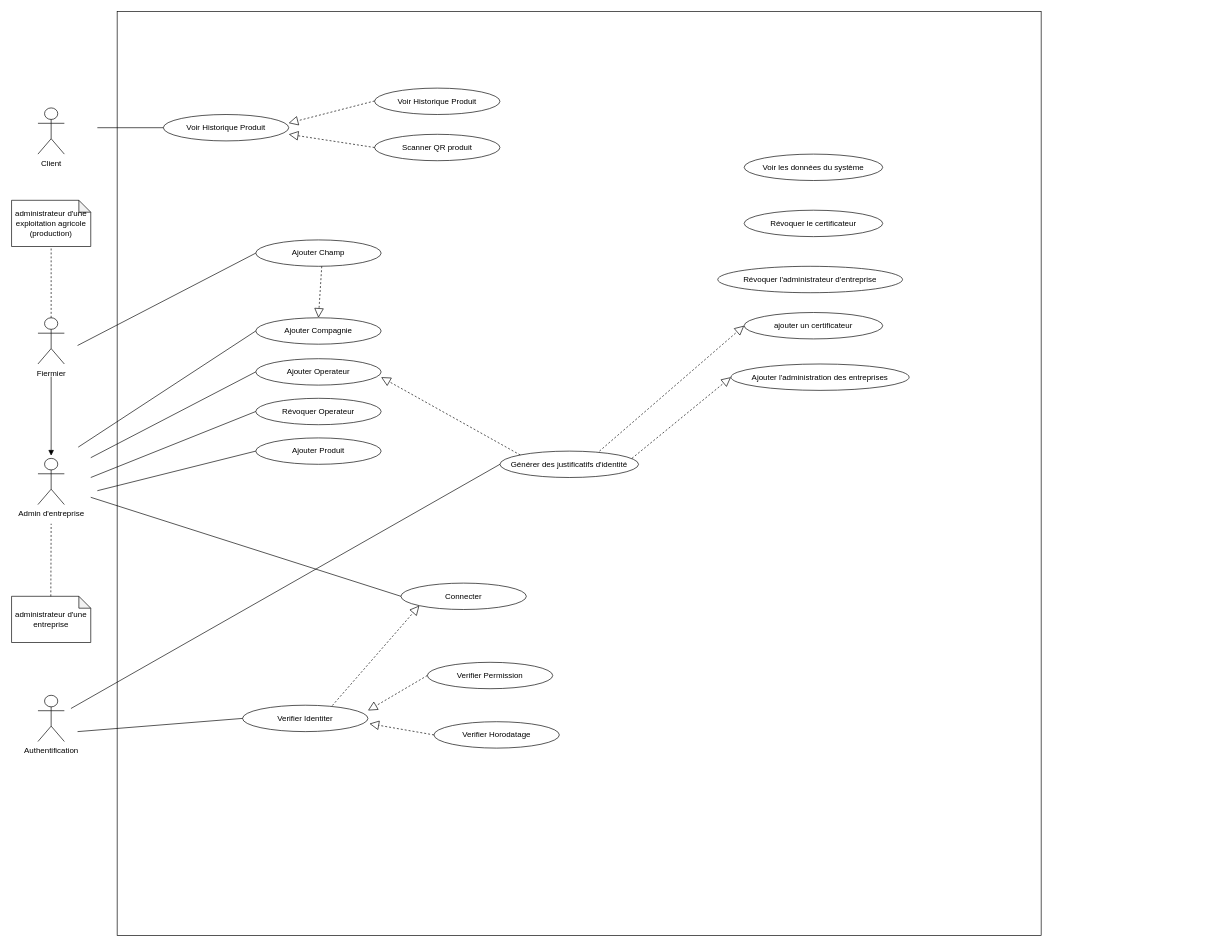
Before: Untitled Diagram.drawio in loosker95/diagramme-de-cas-d-utilisation, a draw.io diagram. Source tidied: cells renumbered, new cells numbered last; positions are measured from the earlier drawing's top-left corner, leaving out a move shared by most shapes. Both pictures are drawn from the tidied source at 66%, with x=0, y=0 at pixel (11, 11).
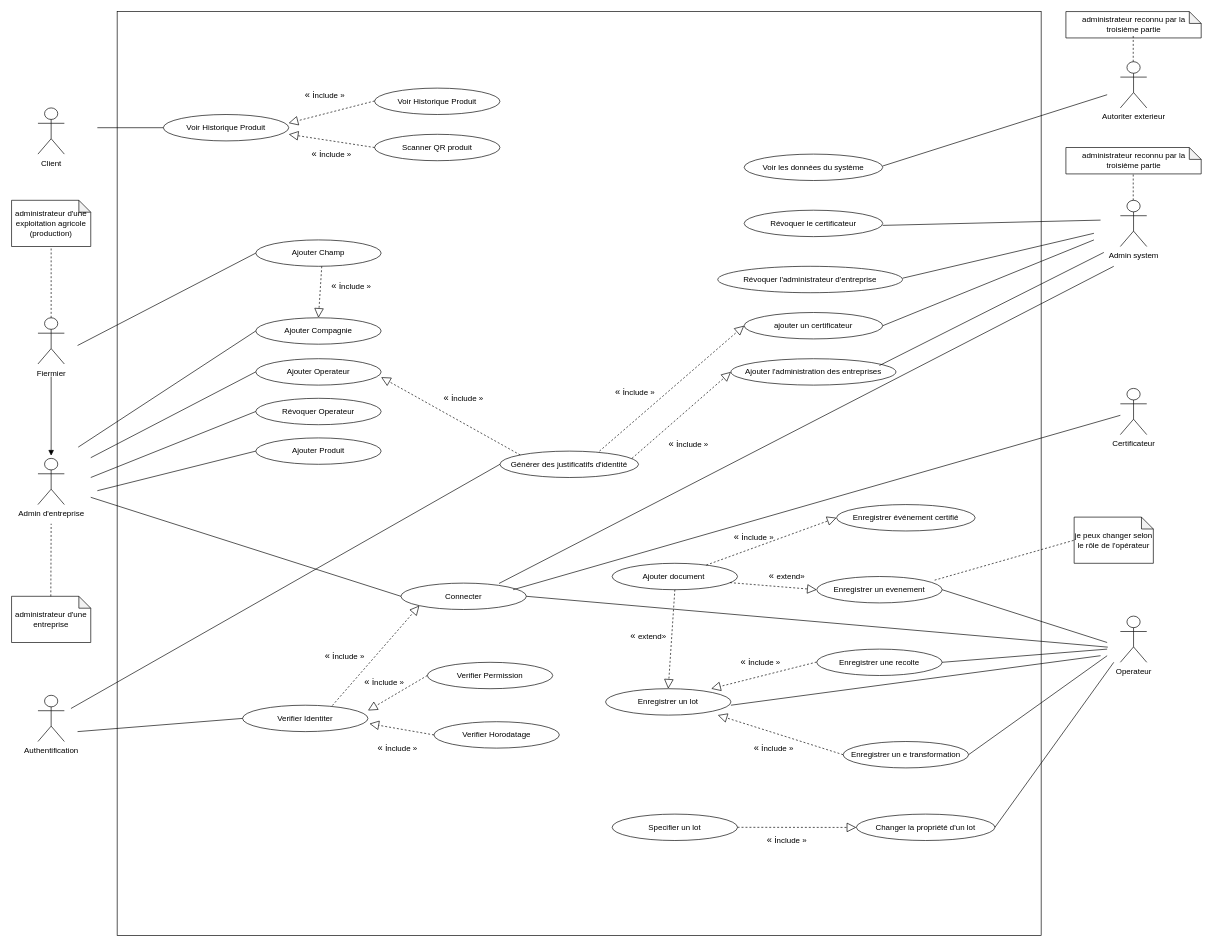
Above is the later version.

The change refers to these unchanged cells:
```xml
<mxCell id="2" style="whiteSpace=wrap;html=1;" parent="1" vertex="1">
  <mxGeometry x="160" width="1400" height="1400" as="geometry" />
</mxCell>
<mxCell id="27" value="Connecter" style="ellipse;whiteSpace=wrap;html=1;" parent="1" vertex="1">
  <mxGeometry x="590" y="866" width="190" height="40" as="geometry" />
</mxCell>
<mxCell id="44" value="ajouter un certificateur" style="ellipse;whiteSpace=wrap;html=1;" parent="1" vertex="1">
  <mxGeometry x="1110" y="456" width="210" height="40" as="geometry" />
</mxCell>
```

Diff of the diagram source:
```diff
@@
     <mxCell id="45" value="Ajouter l'administration des entreprises" style="ellipse;whiteSpace=wrap;html=1;" parent="1" vertex="1">
-      <mxGeometry x="1090" y="534" width="270" height="40" as="geometry" />
+      <mxGeometry x="1090" y="526" width="250" height="40" as="geometry" />
     </mxCell>
@@
+    <mxCell id="48" value="Ajouter document&amp;nbsp;" style="ellipse;whiteSpace=wrap;html=1;" parent="1" vertex="1">
+      <mxGeometry x="910" y="836" width="190" height="40" as="geometry" />
+    </mxCell>
+    <mxCell id="49" value="Enregistrer un lot" style="ellipse;whiteSpace=wrap;html=1;" parent="1" vertex="1">
+      <mxGeometry x="900" y="1026" width="190" height="40" as="geometry" />
+    </mxCell>
+    <mxCell id="50" value="Specifier un lot" style="ellipse;whiteSpace=wrap;html=1;" parent="1" vertex="1">
+      <mxGeometry x="910" y="1216" width="190" height="40" as="geometry" />
+    </mxCell>
+    <mxCell id="51" style="endArrow=block;dashed=1;endFill=0;endSize=12;html=1;entryX=0.5;entryY=0;entryDx=0;entryDy=0;exitX=0.5;exitY=1;exitDx=0;exitDy=0;" parent="1" edge="1" source="48" target="49">
+      <mxGeometry relative="1" as="geometry" />
+    </mxCell>
+    <mxCell id="52" value="Enregistrer événement certifié" style="ellipse;whiteSpace=wrap;html=1;" parent="1" vertex="1">
+      <mxGeometry x="1250" y="747" width="210" height="40" as="geometry" />
+    </mxCell>
+    <mxCell id="53" value="Enregistrer un evenement" style="ellipse;whiteSpace=wrap;html=1;" parent="1" vertex="1">
+      <mxGeometry x="1220" y="856" width="190" height="40" as="geometry" />
+    </mxCell>
+    <mxCell id="54" value="Enregistrer une recolte" style="ellipse;whiteSpace=wrap;html=1;" parent="1" vertex="1">
+      <mxGeometry x="1220" y="966" width="190" height="40" as="geometry" />
+    </mxCell>
+    <mxCell id="55" value="Enregistrer un e transformation" style="ellipse;whiteSpace=wrap;html=1;" parent="1" vertex="1">
+      <mxGeometry x="1260" y="1106" width="190" height="40" as="geometry" />
+    </mxCell>
+    <mxCell id="56" value="Changer la propriété d'un lot" style="ellipse;whiteSpace=wrap;html=1;" parent="1" vertex="1">
+      <mxGeometry x="1280" y="1216" width="210" height="40" as="geometry" />
+    </mxCell>
+    <mxCell id="57" value="Operateur" style="shape=umlActor;verticalLabelPosition=bottom;labelBackgroundColor=#ffffff;verticalAlign=top;html=1;" parent="1" vertex="1">
+      <mxGeometry x="1680" y="916" width="40" height="70" as="geometry" />
+    </mxCell>
+    <mxCell id="58" style="endArrow=none;html=1;entryX=1;entryY=0.5;entryDx=0;entryDy=0;" parent="1" edge="1" target="53">
+      <mxGeometry relative="1" as="geometry">
+        <mxPoint x="1660" y="956" as="sourcePoint" />
+      </mxGeometry>
+    </mxCell>
+    <mxCell id="59" style="endArrow=none;html=1;entryX=1;entryY=0.5;entryDx=0;entryDy=0;" parent="1" edge="1" target="54">
+      <mxGeometry relative="1" as="geometry">
+        <mxPoint x="1660" y="966" as="sourcePoint" />
+      </mxGeometry>
+    </mxCell>
+    <mxCell id="60" style="endArrow=none;html=1;entryX=1;entryY=0.5;entryDx=0;entryDy=0;" parent="1" edge="1">
+      <mxGeometry relative="1" as="geometry">
+        <mxPoint x="1660" y="976" as="sourcePoint" />
+        <mxPoint x="1450" y="1126" as="targetPoint" />
+      </mxGeometry>
+    </mxCell>
+    <mxCell id="61" style="endArrow=none;html=1;entryX=1;entryY=0.5;entryDx=0;entryDy=0;" parent="1" edge="1">
+      <mxGeometry relative="1" as="geometry">
+        <mxPoint x="1670" y="986" as="sourcePoint" />
+        <mxPoint x="1490" y="1236" as="targetPoint" />
+      </mxGeometry>
+    </mxCell>
+    <mxCell id="62" style="endArrow=block;dashed=1;endFill=0;endSize=12;html=1;entryX=0;entryY=0.5;entryDx=0;entryDy=0;" parent="1" edge="1" source="48" target="52">
+      <mxGeometry relative="1" as="geometry" />
+    </mxCell>
+    <mxCell id="63" style="endArrow=block;dashed=1;endFill=0;endSize=12;html=1;exitX=0.94;exitY=0.732;exitDx=0;exitDy=0;exitPerimeter=0;entryX=0;entryY=0.5;entryDx=0;entryDy=0;" parent="1" edge="1" source="48" target="53">
+      <mxGeometry relative="1" as="geometry" />
+    </mxCell>
+    <mxCell id="64" style="endArrow=block;dashed=1;endFill=0;endSize=12;html=1;exitX=0.757;exitY=0.704;exitDx=0;exitDy=0;exitPerimeter=0;" parent="1" edge="1" source="2">
+      <mxGeometry relative="1" as="geometry">
+        <mxPoint x="1060" y="1026" as="targetPoint" />
+      </mxGeometry>
+    </mxCell>
+    <mxCell id="65" style="endArrow=block;dashed=1;endFill=0;endSize=12;html=1;exitX=0.94;exitY=0.732;exitDx=0;exitDy=0;exitPerimeter=0;" parent="1" edge="1">
+      <mxGeometry relative="1" as="geometry">
+        <mxPoint x="1260" y="1126" as="sourcePoint" />
+        <mxPoint x="1070" y="1066" as="targetPoint" />
+      </mxGeometry>
+    </mxCell>
+    <mxCell id="66" style="endArrow=none;html=1;entryX=1;entryY=0.5;entryDx=0;entryDy=0;" parent="1" edge="1">
+      <mxGeometry relative="1" as="geometry">
+        <mxPoint x="1650" y="976" as="sourcePoint" />
+        <mxPoint x="1090" y="1051" as="targetPoint" />
+      </mxGeometry>
+    </mxCell>
+    <mxCell id="67" style="endArrow=block;dashed=1;endFill=0;endSize=12;html=1;entryX=0.8;entryY=0.883;entryDx=0;entryDy=0;exitX=0;exitY=0.5;exitDx=0;exitDy=0;entryPerimeter=0;" parent="1" edge="1" target="2">
+      <mxGeometry relative="1" as="geometry">
+        <mxPoint x="1100" y="1236" as="sourcePoint" />
+      </mxGeometry>
+    </mxCell>
+    <mxCell id="68" style="endArrow=none;html=1;entryX=1;entryY=0.5;entryDx=0;entryDy=0;" parent="1" edge="1" target="27">
+      <mxGeometry relative="1" as="geometry">
+        <mxPoint x="1661" y="963" as="sourcePoint" />
+      </mxGeometry>
+    </mxCell>
+    <mxCell id="69" value="Certificateur" style="shape=umlActor;verticalLabelPosition=bottom;labelBackgroundColor=#ffffff;verticalAlign=top;html=1;" parent="1" vertex="1">
+      <mxGeometry x="1680" y="571" width="40" height="70" as="geometry" />
+    </mxCell>
+    <mxCell id="70" style="endArrow=none;html=1;entryX=1;entryY=0.5;entryDx=0;entryDy=0;" parent="1" edge="1" source="69">
+      <mxGeometry relative="1" as="geometry">
+        <mxPoint x="760" y="876" as="targetPoint" />
+      </mxGeometry>
+    </mxCell>
+    <mxCell id="71" value="Admin system" style="shape=umlActor;verticalLabelPosition=bottom;labelBackgroundColor=#ffffff;verticalAlign=top;html=1;" parent="1" vertex="1">
+      <mxGeometry x="1680" y="286" width="40" height="70" as="geometry" />
+    </mxCell>
+    <mxCell id="72" value="je peux changer selon le rôle de l'opérateur" style="shape=note;whiteSpace=wrap;html=1;backgroundOutline=1;darkOpacity=0.05;size=18;" parent="1" vertex="1">
+      <mxGeometry x="1610" y="766" width="120" height="70" as="geometry" />
+    </mxCell>
+    <mxCell id="73" style="endArrow=none;dashed=1;html=1;entryX=0;entryY=0.5;entryDx=0;entryDy=0;entryPerimeter=0;exitX=0.94;exitY=0.138;exitDx=0;exitDy=0;exitPerimeter=0;" parent="1" edge="1" source="53" target="72">
+      <mxGeometry relative="1" as="geometry" />
+    </mxCell>
+    <mxCell id="74" style="endArrow=none;html=1;exitX=0.88;exitY=0.282;exitDx=0;exitDy=0;exitPerimeter=0;" parent="1" edge="1">
+      <mxGeometry relative="1" as="geometry">
+        <mxPoint x="1315" y="536.3" as="sourcePoint" />
+        <mxPoint x="1655" y="365" as="targetPoint" />
+      </mxGeometry>
+    </mxCell>
+    <mxCell id="75" style="endArrow=none;html=1;exitX=1;exitY=0.5;exitDx=0;exitDy=0;" parent="1" edge="1">
+      <mxGeometry relative="1" as="geometry">
+        <mxPoint x="1320" y="324" as="sourcePoint" />
+        <mxPoint x="1650" y="316" as="targetPoint" />
+      </mxGeometry>
+    </mxCell>
+    <mxCell id="76" style="endArrow=none;html=1;exitX=1;exitY=0.5;exitDx=0;exitDy=0;" parent="1" edge="1">
+      <mxGeometry relative="1" as="geometry">
+        <mxPoint x="1350" y="404" as="sourcePoint" />
+        <mxPoint x="1640" y="336" as="targetPoint" />
+      </mxGeometry>
+    </mxCell>
+    <mxCell id="77" style="endArrow=none;html=1;exitX=1;exitY=0.5;exitDx=0;exitDy=0;" parent="1" edge="1" source="44">
+      <mxGeometry relative="1" as="geometry">
+        <mxPoint x="1640" y="346" as="targetPoint" />
+      </mxGeometry>
+    </mxCell>
+    <mxCell id="78" value="Autoriter exterieur" style="shape=umlActor;verticalLabelPosition=bottom;labelBackgroundColor=#ffffff;verticalAlign=top;html=1;" parent="1" vertex="1">
+      <mxGeometry x="1680" y="76" width="40" height="70" as="geometry" />
+    </mxCell>
+    <mxCell id="79" style="endArrow=none;html=1;exitX=1;exitY=0.5;exitDx=0;exitDy=0;" parent="1" edge="1">
+      <mxGeometry relative="1" as="geometry">
+        <mxPoint x="1320" y="234" as="sourcePoint" />
+        <mxPoint x="1660" y="126" as="targetPoint" />
+      </mxGeometry>
+    </mxCell>
+    <mxCell id="80" value="administrateur reconnu par la troisième partie" style="shape=note;whiteSpace=wrap;html=1;backgroundOutline=1;darkOpacity=0.05;size=18;" parent="1" vertex="1">
+      <mxGeometry x="1597.5" y="206" width="205" height="40" as="geometry" />
+    </mxCell>
+    <mxCell id="81" value="administrateur reconnu par la troisième partie" style="shape=note;whiteSpace=wrap;html=1;backgroundOutline=1;darkOpacity=0.05;size=18;" parent="1" vertex="1">
+      <mxGeometry x="1597.5" width="205" height="40" as="geometry" />
+    </mxCell>
+    <mxCell id="82" style="endArrow=none;dashed=1;html=1;" parent="1" edge="1">
+      <mxGeometry relative="1" as="geometry">
+        <mxPoint x="1699.5" y="286" as="sourcePoint" />
+        <mxPoint x="1699.5" y="246" as="targetPoint" />
+      </mxGeometry>
+    </mxCell>
+    <mxCell id="83" style="endArrow=none;dashed=1;html=1;" parent="1" edge="1">
+      <mxGeometry relative="1" as="geometry">
+        <mxPoint x="1699.5" y="76" as="sourcePoint" />
+        <mxPoint x="1699.5" y="36" as="targetPoint" />
+      </mxGeometry>
+    </mxCell>
+    <mxCell id="84" style="endArrow=none;html=1;entryX=0.782;entryY=0.013;entryDx=0;entryDy=0;entryPerimeter=0;" parent="1" edge="1" target="27">
+      <mxGeometry relative="1" as="geometry">
+        <mxPoint x="1670" y="386" as="sourcePoint" />
+      </mxGeometry>
+    </mxCell>
+    <mxCell id="85" value="&lt;span style=&quot;font-family: &amp;#34;arial&amp;#34; , sans-serif ; font-size: 14px ; text-align: left&quot;&gt;« i&lt;/span&gt;nclude »" style="text;html=1;strokeColor=none;fillColor=none;align=center;verticalAlign=middle;whiteSpace=wrap;rounded=0;" parent="1" vertex="1">
+      <mxGeometry x="440" y="116" width="70" height="20" as="geometry" />
+    </mxCell>
+    <mxCell id="86" value="&lt;span style=&quot;font-family: &amp;#34;arial&amp;#34; , sans-serif ; font-size: 14px ; text-align: left&quot;&gt;« i&lt;/span&gt;nclude »" style="text;html=1;strokeColor=none;fillColor=none;align=center;verticalAlign=middle;whiteSpace=wrap;rounded=0;" parent="1" vertex="1">
+      <mxGeometry x="450" y="206" width="70" height="20" as="geometry" />
+    </mxCell>
+    <mxCell id="87" value="&lt;span style=&quot;font-family: &amp;#34;arial&amp;#34; , sans-serif ; font-size: 14px ; text-align: left&quot;&gt;« i&lt;/span&gt;nclude »" style="text;html=1;strokeColor=none;fillColor=none;align=center;verticalAlign=middle;whiteSpace=wrap;rounded=0;" parent="1" vertex="1">
+      <mxGeometry x="480" y="406" width="70" height="20" as="geometry" />
+    </mxCell>
+    <mxCell id="88" value="&lt;span style=&quot;font-family: &amp;#34;arial&amp;#34; , sans-serif ; font-size: 14px ; text-align: left&quot;&gt;« i&lt;/span&gt;nclude »" style="text;html=1;strokeColor=none;fillColor=none;align=center;verticalAlign=middle;whiteSpace=wrap;rounded=0;" parent="1" vertex="1">
+      <mxGeometry x="650" y="576" width="70" height="20" as="geometry" />
+    </mxCell>
+    <mxCell id="89" value="&lt;span style=&quot;font-family: &amp;#34;arial&amp;#34; , sans-serif ; font-size: 14px ; text-align: left&quot;&gt;« i&lt;/span&gt;nclude »" style="text;html=1;strokeColor=none;fillColor=none;align=center;verticalAlign=middle;whiteSpace=wrap;rounded=0;" parent="1" vertex="1">
+      <mxGeometry x="470" y="966" width="70" height="20" as="geometry" />
+    </mxCell>
+    <mxCell id="90" value="&lt;span style=&quot;font-family: &amp;#34;arial&amp;#34; , sans-serif ; font-size: 14px ; text-align: left&quot;&gt;« i&lt;/span&gt;nclude »" style="text;html=1;strokeColor=none;fillColor=none;align=center;verticalAlign=middle;whiteSpace=wrap;rounded=0;" parent="1" vertex="1">
+      <mxGeometry x="530" y="1006" width="70" height="20" as="geometry" />
+    </mxCell>
+    <mxCell id="91" value="&lt;span style=&quot;font-family: &amp;#34;arial&amp;#34; , sans-serif ; font-size: 14px ; text-align: left&quot;&gt;« i&lt;/span&gt;nclude »" style="text;html=1;strokeColor=none;fillColor=none;align=center;verticalAlign=middle;whiteSpace=wrap;rounded=0;" parent="1" vertex="1">
+      <mxGeometry x="550" y="1106" width="70" height="20" as="geometry" />
+    </mxCell>
+    <mxCell id="92" value="&lt;span style=&quot;font-family: &amp;#34;arial&amp;#34; , sans-serif ; font-size: 14px ; text-align: left&quot;&gt;« i&lt;/span&gt;nclude »" style="text;html=1;strokeColor=none;fillColor=none;align=center;verticalAlign=middle;whiteSpace=wrap;rounded=0;" parent="1" vertex="1">
+      <mxGeometry x="910" y="566" width="70" height="20" as="geometry" />
+    </mxCell>
+    <mxCell id="93" value="&lt;span style=&quot;font-family: &amp;#34;arial&amp;#34; , sans-serif ; font-size: 14px ; text-align: left&quot;&gt;« i&lt;/span&gt;nclude »" style="text;html=1;strokeColor=none;fillColor=none;align=center;verticalAlign=middle;whiteSpace=wrap;rounded=0;" parent="1" vertex="1">
+      <mxGeometry x="991" y="646" width="70" height="20" as="geometry" />
+    </mxCell>
+    <mxCell id="94" value="&lt;span style=&quot;font-family: &amp;#34;arial&amp;#34; , sans-serif ; font-size: 14px ; text-align: left&quot;&gt;« i&lt;/span&gt;nclude »" style="text;html=1;strokeColor=none;fillColor=none;align=center;verticalAlign=middle;whiteSpace=wrap;rounded=0;" parent="1" vertex="1">
+      <mxGeometry x="1090" y="786" width="70" height="20" as="geometry" />
+    </mxCell>
+    <mxCell id="95" value="&lt;span style=&quot;font-family: &amp;#34;arial&amp;#34; , sans-serif ; font-size: 14px ; text-align: left&quot;&gt;« i&lt;/span&gt;nclude »" style="text;html=1;strokeColor=none;fillColor=none;align=center;verticalAlign=middle;whiteSpace=wrap;rounded=0;" parent="1" vertex="1">
+      <mxGeometry x="1140" y="1246" width="70" height="20" as="geometry" />
+    </mxCell>
+    <mxCell id="96" value="&lt;span style=&quot;font-family: &amp;#34;arial&amp;#34; , sans-serif ; font-size: 14px ; text-align: left&quot;&gt;« i&lt;/span&gt;nclude »" style="text;html=1;strokeColor=none;fillColor=none;align=center;verticalAlign=middle;whiteSpace=wrap;rounded=0;" parent="1" vertex="1">
+      <mxGeometry x="1120" y="1106" width="70" height="20" as="geometry" />
+    </mxCell>
+    <mxCell id="97" value="&lt;span style=&quot;font-family: &amp;#34;arial&amp;#34; , sans-serif ; font-size: 14px ; text-align: left&quot;&gt;« i&lt;/span&gt;nclude »" style="text;html=1;strokeColor=none;fillColor=none;align=center;verticalAlign=middle;whiteSpace=wrap;rounded=0;" parent="1" vertex="1">
+      <mxGeometry x="1100" y="976" width="70" height="20" as="geometry" />
+    </mxCell>
+    <mxCell id="98" value="&lt;span style=&quot;font-family: &amp;#34;arial&amp;#34; , sans-serif ; font-size: 14px ; text-align: left&quot;&gt;« &lt;/span&gt;extend»" style="text;html=1;strokeColor=none;fillColor=none;align=center;verticalAlign=middle;whiteSpace=wrap;rounded=0;" parent="1" vertex="1">
+      <mxGeometry x="1140" y="846" width="70" height="20" as="geometry" />
+    </mxCell>
+    <mxCell id="99" value="&lt;span style=&quot;font-family: &amp;#34;arial&amp;#34; , sans-serif ; font-size: 14px ; text-align: left&quot;&gt;« &lt;/span&gt;extend»" style="text;html=1;strokeColor=none;fillColor=none;align=center;verticalAlign=middle;whiteSpace=wrap;rounded=0;" parent="1" vertex="1">
+      <mxGeometry x="930" y="936" width="70" height="20" as="geometry" />
+    </mxCell>
```
